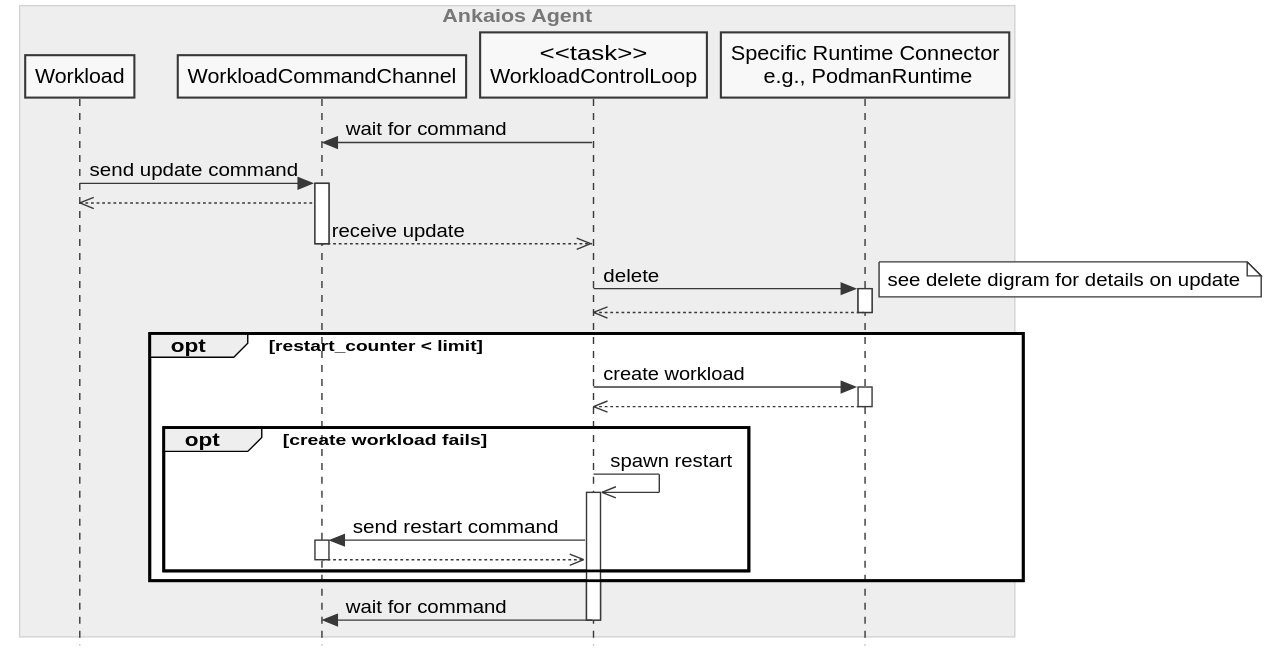
eclipse-ankaios/ankaios keeps this PlantUML diagram as agent/doc/swdesign/plantuml/seq_restart_workload_on_update_with_create_failure.svg. Above is the earlier version.
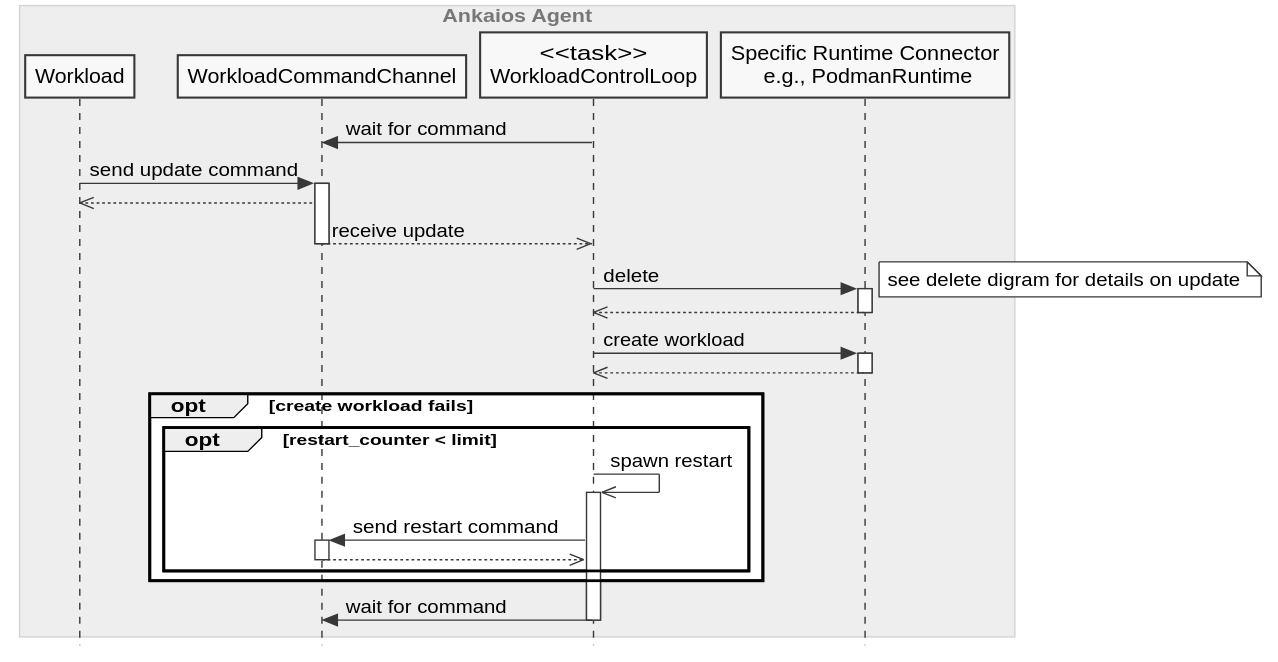
Above is the later version.

Commit message:
Adapt diagrams to fit create workload command

What changed in the source:
```diff
@@ -44,12 +44,10 @@
     see delete digram for details on update
 endnote
 runtime -->> workload_control_loop--
-
-opt restart_counter < limit
-    workload_control_loop -> runtime ++: create workload
-    runtime -->> workload_control_loop--
-
-    opt create workload fails
+workload_control_loop -> runtime ++: create workload
+runtime -->> workload_control_loop--
+opt create workload fails
+    opt restart_counter < limit
         workload_control_loop ->> workload_control_loop ++: spawn restart
         workload_control_loop -> workload_command ++: send restart command
         workload_command -->> workload_control_loop--
```
